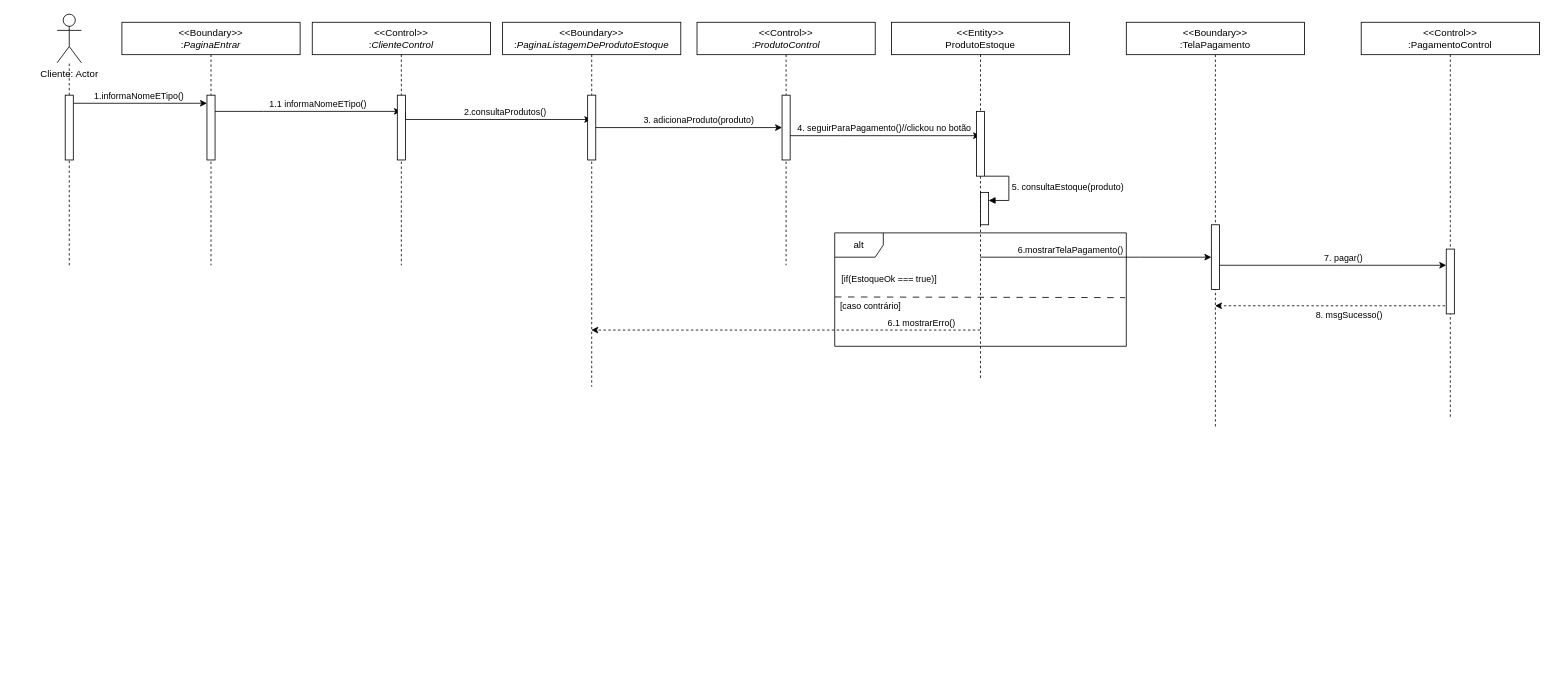
Above: DiagramaDeSequencia.drawio in rxqvx/Projeto-Sistemas-Distribu-dos---Vendas- (draw.io), before the change. Source tidied: cells renumbered, new cells numbered last; positions are measured from the earlier drawing's top-left corner, leaving out a move shared by most shapes. Both pictures are drawn from the tidied source at 81%, with x=0, y=0 at pixel (57, 14).
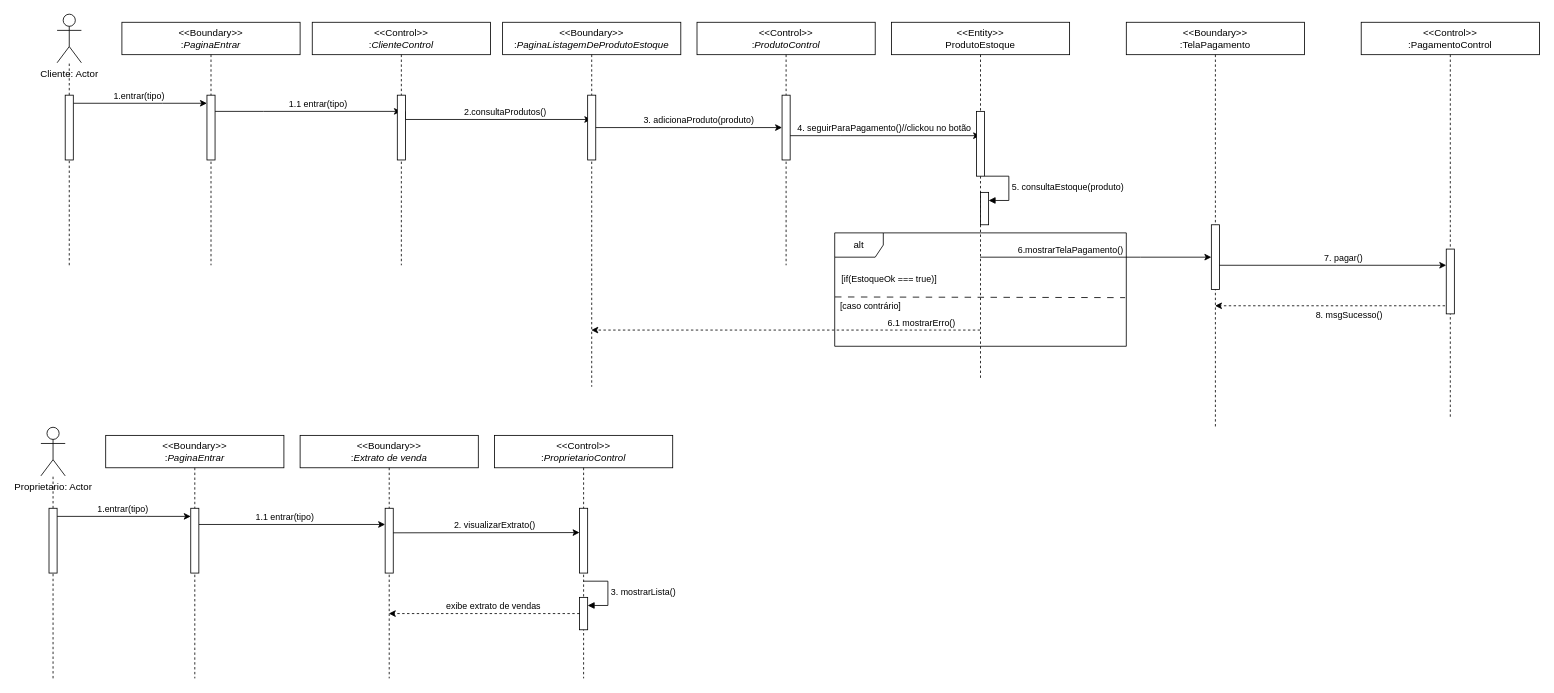
The same diagram, later.

Commit message:
finish sequence diagram

Unchanged cells that the change refers to:
```xml
<mxCell id="5" style="edgeStyle=orthogonalEdgeStyle;rounded=0;jettySize=auto;html=1;curved=0;" parent="1" edge="1" source="7" target="11">
  <mxGeometry relative="1" as="geometry">
    <Array as="points">
      <mxPoint x="130" y="110" />
      <mxPoint x="130" y="110" />
    </Array>
  </mxGeometry>
</mxCell>
<mxCell id="9" style="edgeStyle=elbowEdgeStyle;rounded=0;jettySize=auto;html=1;elbow=vertical;curved=0;" parent="8" edge="1" target="12">
  <mxGeometry relative="1" as="geometry">
    <mxPoint x="115" y="110" as="sourcePoint" />
  </mxGeometry>
</mxCell>
```

Diff of the diagram source:
```diff
@@
-    <mxCell id="6" value="1.informaNomeETipo()" style="edgeLabel;html=1;align=center;verticalAlign=middle;" parent="5" vertex="1">
+    <mxCell id="6" value="1.entrar(tipo)" style="edgeLabel;html=1;align=center;verticalAlign=middle;" parent="5" vertex="1">
       <mxGeometry x="-0.26" y="1" relative="1" as="geometry">
         <mxPoint x="19" y="-9" as="offset" />
       </mxGeometry>
     </mxCell>
@@
-    <mxCell id="10" value="1.1 informaNomeETipo()" style="edgeLabel;html=1;align=center;verticalAlign=middle;" parent="9" vertex="1">
+    <mxCell id="10" value="1.1 entrar(tipo)" style="edgeLabel;html=1;align=center;verticalAlign=middle;" parent="9" vertex="1">
       <mxGeometry x="0.16" y="2" relative="1" as="geometry">
         <mxPoint x="-7" y="-8" as="offset" />
       </mxGeometry>
     </mxCell>
@@
+    <mxCell id="44" value="Proprietario: Actor" style="shape=umlActor;verticalLabelPosition=bottom;verticalAlign=top;html=1;outlineConnect=0;" parent="1" vertex="1">
+      <mxGeometry x="-20" y="510" width="30" height="60" as="geometry" />
+    </mxCell>
+    <mxCell id="45" style="endArrow=none;dashed=1;html=1;rounded=0;" parent="1" edge="1" source="49" target="44">
+      <mxGeometry relative="1" as="geometry" />
+    </mxCell>
+    <mxCell id="46" style="endArrow=none;dashed=1;html=1;rounded=0;" parent="1" edge="1" target="49">
+      <mxGeometry relative="1" as="geometry">
+        <mxPoint x="-5" y="820" as="sourcePoint" />
+      </mxGeometry>
+    </mxCell>
+    <mxCell id="47" style="edgeStyle=orthogonalEdgeStyle;rounded=0;jettySize=auto;html=1;curved=0;" parent="1" edge="1" source="49" target="53">
+      <mxGeometry relative="1" as="geometry">
+        <Array as="points">
+          <mxPoint x="110" y="620" />
+          <mxPoint x="110" y="620" />
+        </Array>
+      </mxGeometry>
+    </mxCell>
+    <mxCell id="48" value="1.entrar(tipo)" style="edgeLabel;html=1;align=center;verticalAlign=middle;" parent="47" vertex="1">
+      <mxGeometry x="-0.26" y="1" relative="1" as="geometry">
+        <mxPoint x="19" y="-9" as="offset" />
+      </mxGeometry>
+    </mxCell>
+    <mxCell id="49" style="html=1;points=[[0,0,0,0,5],[0,1,0,0,-5],[1,0,0,0,5],[1,1,0,0,-5]];perimeter=orthogonalPerimeter;outlineConnect=0;targetShapes=umlLifeline;portConstraint=eastwest;newEdgeStyle={&quot;curved&quot;:0,&quot;rounded&quot;:0};" parent="1" vertex="1">
+      <mxGeometry x="-10" y="610" width="10" height="80" as="geometry" />
+    </mxCell>
+    <mxCell id="50" value="&amp;lt;&amp;lt;Boundary&amp;gt;&amp;gt;&lt;div&gt;:&lt;span style=&quot;font-style: italic; text-wrap: nowrap; background-color: initial;&quot;&gt;PaginaEntrar&lt;/span&gt;&lt;/div&gt;" style="shape=umlLifeline;perimeter=lifelinePerimeter;whiteSpace=wrap;html=1;newEdgeStyle={&quot;edgeStyle&quot;:&quot;elbowEdgeStyle&quot;,&quot;elbow&quot;:&quot;vertical&quot;,&quot;curved&quot;:0,&quot;rounded&quot;:0};" parent="1" vertex="1">
+      <mxGeometry x="60" y="520" width="220" height="300" as="geometry" />
+    </mxCell>
+    <mxCell id="51" style="edgeStyle=elbowEdgeStyle;rounded=0;jettySize=auto;html=1;elbow=vertical;curved=0;" parent="50" edge="1" target="55">
+      <mxGeometry relative="1" as="geometry">
+        <mxPoint x="115" y="110" as="sourcePoint" />
+      </mxGeometry>
+    </mxCell>
+    <mxCell id="52" value="1.1 entrar(tipo)" style="edgeLabel;html=1;align=center;verticalAlign=middle;" parent="51" vertex="1">
+      <mxGeometry x="0.22" relative="1" as="geometry">
+        <mxPoint x="-35" y="-10" as="offset" />
+      </mxGeometry>
+    </mxCell>
+    <mxCell id="53" style="html=1;points=[];perimeter=orthogonalPerimeter;outlineConnect=0;targetShapes=umlLifeline;portConstraint=eastwest;newEdgeStyle={&quot;edgeStyle&quot;:&quot;elbowEdgeStyle&quot;,&quot;elbow&quot;:&quot;vertical&quot;,&quot;curved&quot;:0,&quot;rounded&quot;:0};" parent="50" vertex="1">
+      <mxGeometry x="105" y="90" width="10" height="80" as="geometry" />
+    </mxCell>
+    <mxCell id="54" value="&amp;lt;&amp;lt;Boundary&amp;gt;&amp;gt;&lt;div&gt;:&lt;span style=&quot;text-wrap: nowrap;&quot;&gt;&lt;i&gt;Extrato de venda&lt;/i&gt;&lt;/span&gt;&lt;/div&gt;" style="shape=umlLifeline;perimeter=lifelinePerimeter;whiteSpace=wrap;html=1;outlineConnect=0;portConstraint=eastwest;newEdgeStyle={&quot;edgeStyle&quot;:&quot;elbowEdgeStyle&quot;,&quot;elbow&quot;:&quot;vertical&quot;,&quot;curved&quot;:0,&quot;rounded&quot;:0};" parent="1" vertex="1">
+      <mxGeometry x="300" y="520" width="220" height="300" as="geometry" />
+    </mxCell>
+    <mxCell id="55" style="html=1;points=[];perimeter=orthogonalPerimeter;outlineConnect=0;targetShapes=umlLifeline;portConstraint=eastwest;newEdgeStyle={&quot;edgeStyle&quot;:&quot;elbowEdgeStyle&quot;,&quot;elbow&quot;:&quot;vertical&quot;,&quot;curved&quot;:0,&quot;rounded&quot;:0};" parent="54" vertex="1">
+      <mxGeometry x="105" y="90" width="10" height="80" as="geometry" />
+    </mxCell>
+    <mxCell id="56" value="&amp;lt;&amp;lt;Control&amp;gt;&amp;gt;&lt;div&gt;:&lt;span style=&quot;text-wrap: nowrap;&quot;&gt;&lt;i&gt;ProprietarioControl&lt;/i&gt;&lt;/span&gt;&lt;/div&gt;" style="shape=umlLifeline;whiteSpace=wrap;html=1;newEdgeStyle={&quot;curved&quot;:0,&quot;rounded&quot;:0};perimeter=rectanglePerimeter;targetShapes=umlLifeline;participant=label;" parent="1" vertex="1">
+      <mxGeometry x="540" y="520" width="220" height="300" as="geometry" />
+    </mxCell>
+    <mxCell id="57" style="html=1;points=[];perimeter=orthogonalPerimeter;outlineConnect=0;targetShapes=umlLifeline;portConstraint=eastwest;newEdgeStyle={&quot;edgeStyle&quot;:&quot;elbowEdgeStyle&quot;,&quot;elbow&quot;:&quot;vertical&quot;,&quot;curved&quot;:0,&quot;rounded&quot;:0};" parent="56" vertex="1">
+      <mxGeometry x="105" y="90" width="10" height="80" as="geometry" />
+    </mxCell>
+    <mxCell id="58" style="html=1;points=[[0,0,0,0,5],[0,1,0,0,-5],[1,0,0,0,5],[1,1,0,0,-5]];perimeter=orthogonalPerimeter;outlineConnect=0;targetShapes=umlLifeline;portConstraint=eastwest;newEdgeStyle={&quot;curved&quot;:0,&quot;rounded&quot;:0};" parent="56" vertex="1">
+      <mxGeometry x="105" y="200" width="10" height="40" as="geometry" />
+    </mxCell>
+    <mxCell id="59" value="3. mostrarLista()" style="html=1;align=left;spacingLeft=2;endArrow=block;rounded=0;edgeStyle=orthogonalEdgeStyle;curved=0;rounded=0;" parent="56" edge="1" target="58">
+      <mxGeometry relative="1" as="geometry">
+        <mxPoint x="110" y="180" as="sourcePoint" />
+        <Array as="points">
+          <mxPoint x="140" y="210" />
+        </Array>
+      </mxGeometry>
+    </mxCell>
+    <mxCell id="60" style="edgeStyle=elbowEdgeStyle;rounded=0;jettySize=auto;html=1;elbow=vertical;curved=0;" parent="1" edge="1" target="57">
+      <mxGeometry relative="1" as="geometry">
+        <mxPoint x="415" y="640.3" as="sourcePoint" />
+      </mxGeometry>
+    </mxCell>
+    <mxCell id="61" value="2. visualizarExtrato()" style="edgeLabel;html=1;align=center;verticalAlign=middle;" parent="60" vertex="1">
+      <mxGeometry x="0.22" y="-2" relative="1" as="geometry">
+        <mxPoint x="-15" y="-12" as="offset" />
+      </mxGeometry>
+    </mxCell>
+    <mxCell id="62" style="edgeStyle=orthogonalEdgeStyle;rounded=0;jettySize=auto;html=1;curved=0;dashed=1;" parent="1" edge="1" source="58" target="54">
+      <mxGeometry relative="1" as="geometry">
+        <Array as="points">
+          <mxPoint x="490" y="740" />
+          <mxPoint x="490" y="740" />
+        </Array>
+      </mxGeometry>
+    </mxCell>
+    <mxCell id="63" value="exibe extrato de vendas&amp;nbsp;" style="edgeLabel;html=1;align=center;verticalAlign=middle;" parent="62" vertex="1">
+      <mxGeometry x="-0.07" y="-2" relative="1" as="geometry">
+        <mxPoint x="4" y="-8" as="offset" />
+      </mxGeometry>
+    </mxCell>
```
